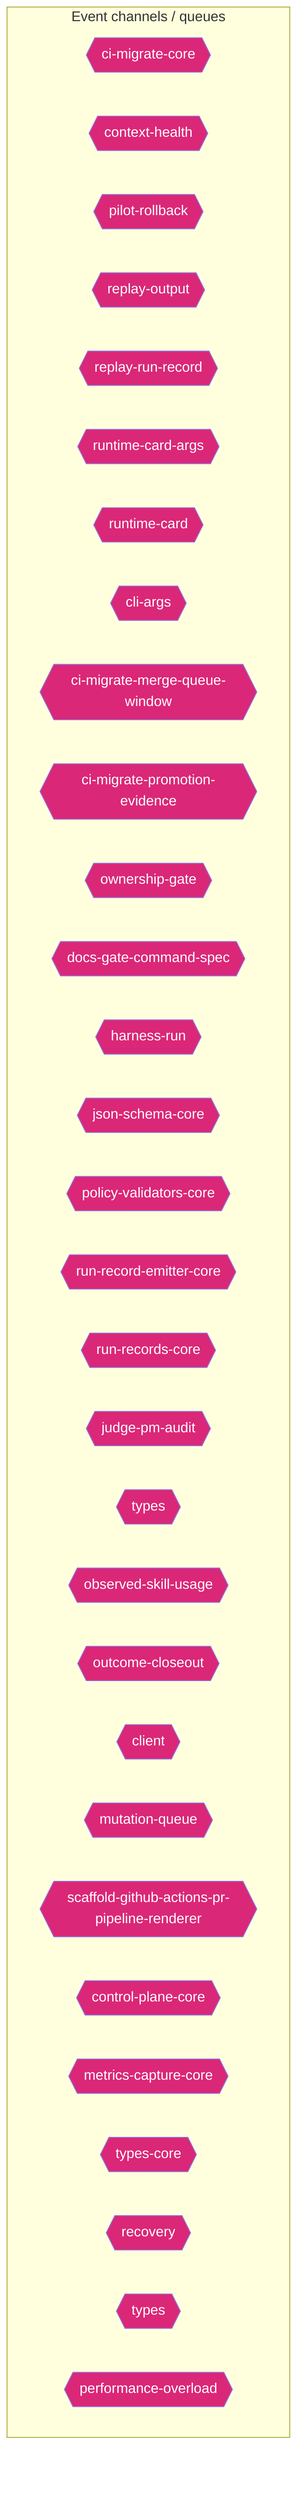
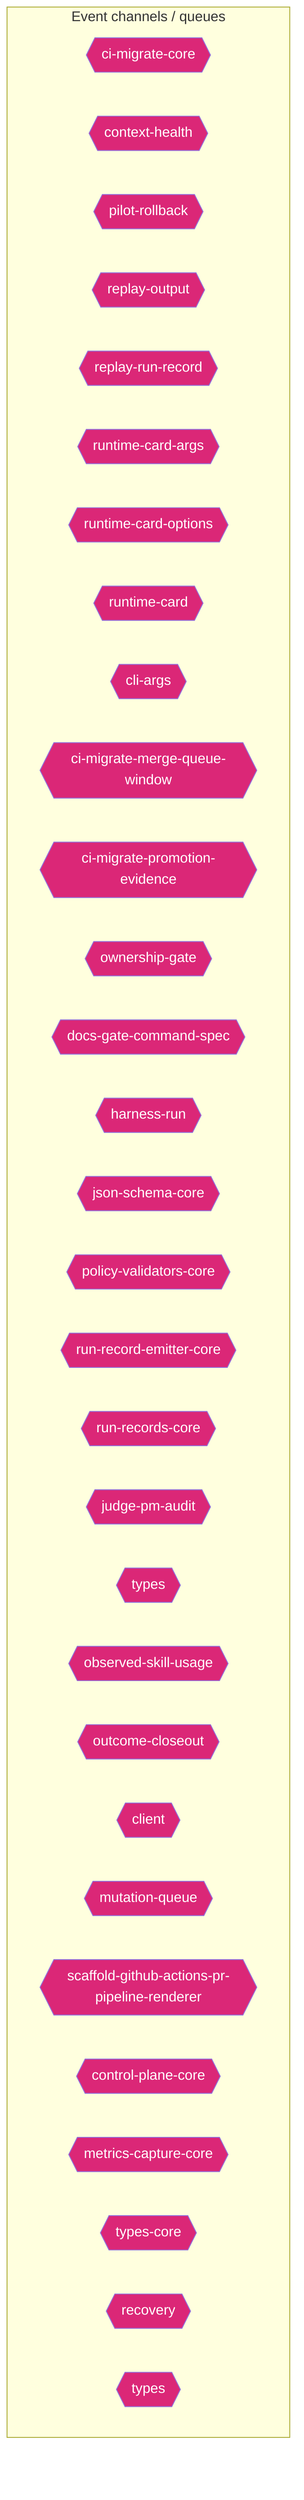
flowchart TD
  subgraph Channels["Event channels / queues"]
    ci_migrate_core_7005b5af{{"ci-migrate-core"}}
    context_health_80bb7da9{{"context-health"}}
    pilot_rollback_00c1f82c{{"pilot-rollback"}}
    replay_output_993eda9e{{"replay-output"}}
    replay_run_record_9a08cce2{{"replay-run-record"}}
    runtime_card_args_2b3d4b28{{"runtime-card-args"}}
+     runtime_card_options_c9156ad5{{"runtime-card-options"}}
    runtime_card_e06b53e1{{"runtime-card"}}
    cli_args_1_6144b055{{"cli-args"}}
    ci_migrate_merge_queue_window_0070bd6d{{"ci-migrate-merge-queue-window"}}
    ci_migrate_promotion_evidence_1a2dc527{{"ci-migrate-promotion-evidence"}}
    ownership_gate_2e194d13{{"ownership-gate"}}
    docs_gate_command_spec_16795187{{"docs-gate-command-spec"}}
    harness_run_c0761792{{"harness-run"}}
    json_schema_core_96d7e328{{"json-schema-core"}}
    policy_validators_core_714a3fe7{{"policy-validators-core"}}
    run_record_emitter_core_688049d5{{"run-record-emitter-core"}}
    run_records_core_89286dfa{{"run-records-core"}}
    judge_pm_audit_ccd20b35{{"judge-pm-audit"}}
    types_8_f6283648{{"types"}}
    observed_skill_usage_ed7d5930{{"observed-skill-usage"}}
    outcome_closeout_ba497ec2{{"outcome-closeout"}}
    client_948fe603{{"client"}}
    mutation_queue_ce5a530e{{"mutation-queue"}}
    scaffold_github_actions_pr_pipeline_renderer_1ee18de5{{"scaffold-github-actions-pr-pipeline-renderer"}}
    control_plane_core_db3b4cb2{{"control-plane-core"}}
    metrics_capture_core_db4bf7cf{{"metrics-capture-core"}}
    types_core_1_8bd0f8fd{{"types-core"}}
    recovery_8c585378{{"recovery"}}
    types_20_071a0112{{"types"}}
-     performance_overload_c685bfcf{{"performance-overload"}}
  end
  classDef eventNode fill:#db2777,color:#fff
-   class ci_migrate_core_7005b5af,context_health_80bb7da9,pilot_rollback_00c1f82c,replay_output_993eda9e,replay_run_record_9a08cce2,runtime_card_args_2b3d4b28,runtime_card_e06b53e1,cli_args_1_6144b055,ci_migrate_merge_queue_window_0070bd6d,ci_migrate_promotion_evidence_1a2dc527,ownership_gate_2e194d13,docs_gate_command_spec_16795187,harness_run_c0761792,json_schema_core_96d7e328,policy_validators_core_714a3fe7,run_record_emitter_core_688049d5,run_records_core_89286dfa,judge_pm_audit_ccd20b35,types_8_f6283648,observed_skill_usage_ed7d5930,outcome_closeout_ba497ec2,client_948fe603,mutation_queue_ce5a530e,scaffold_github_actions_pr_pipeline_renderer_1ee18de5,control_plane_core_db3b4cb2,metrics_capture_core_db4bf7cf,types_core_1_8bd0f8fd,recovery_8c585378,types_20_071a0112,performance_overload_c685bfcf eventNode
+   class ci_migrate_core_7005b5af,context_health_80bb7da9,pilot_rollback_00c1f82c,replay_output_993eda9e,replay_run_record_9a08cce2,runtime_card_args_2b3d4b28,runtime_card_options_c9156ad5,runtime_card_e06b53e1,cli_args_1_6144b055,ci_migrate_merge_queue_window_0070bd6d,ci_migrate_promotion_evidence_1a2dc527,ownership_gate_2e194d13,docs_gate_command_spec_16795187,harness_run_c0761792,json_schema_core_96d7e328,policy_validators_core_714a3fe7,run_record_emitter_core_688049d5,run_records_core_89286dfa,judge_pm_audit_ccd20b35,types_8_f6283648,observed_skill_usage_ed7d5930,outcome_closeout_ba497ec2,client_948fe603,mutation_queue_ce5a530e,scaffold_github_actions_pr_pipeline_renderer_1ee18de5,control_plane_core_db3b4cb2,metrics_capture_core_db4bf7cf,types_core_1_8bd0f8fd,recovery_8c585378,types_20_071a0112 eventNode
